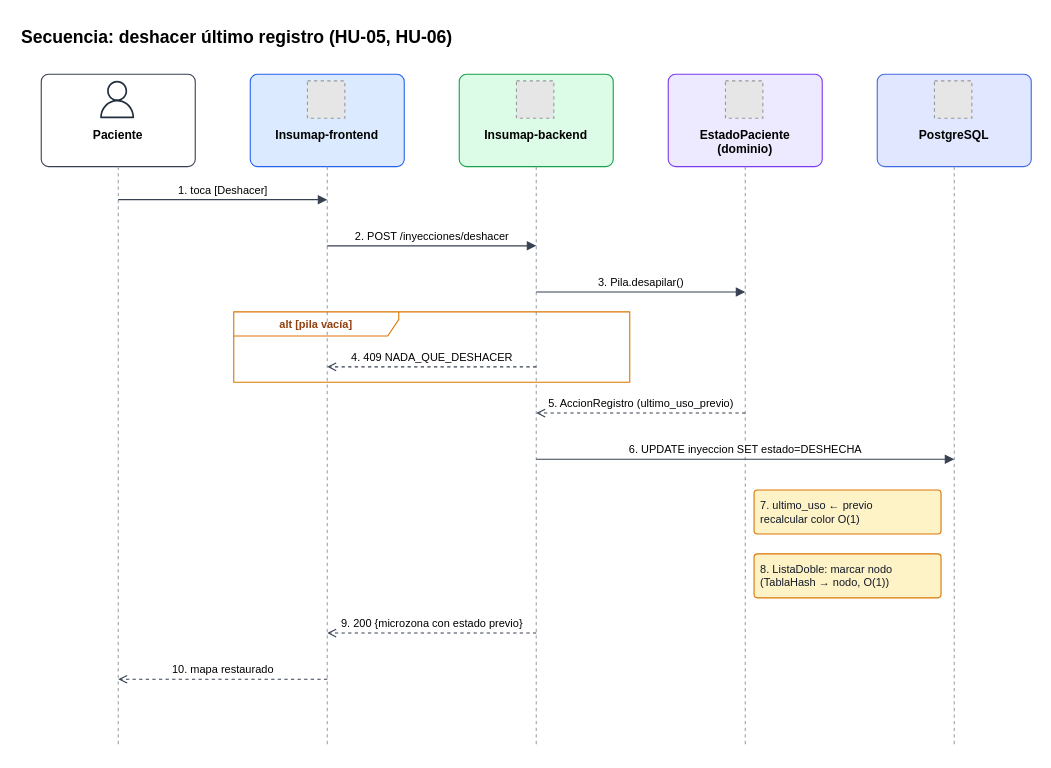
The draw.io diagram docs/images/seq-deshacer.drawio in NicoalsD/Insumap-backend, before the edit. Source tidied: cells renumbered, new cells numbered last; positions are measured from the earlier drawing's top-left corner, leaving out a move shared by most shapes. Both pictures are drawn from the tidied source at 110%, with x=0, y=0 at pixel (19, 19). Pictures stored in the file or linked from it are replaced by grey dashed boxes.
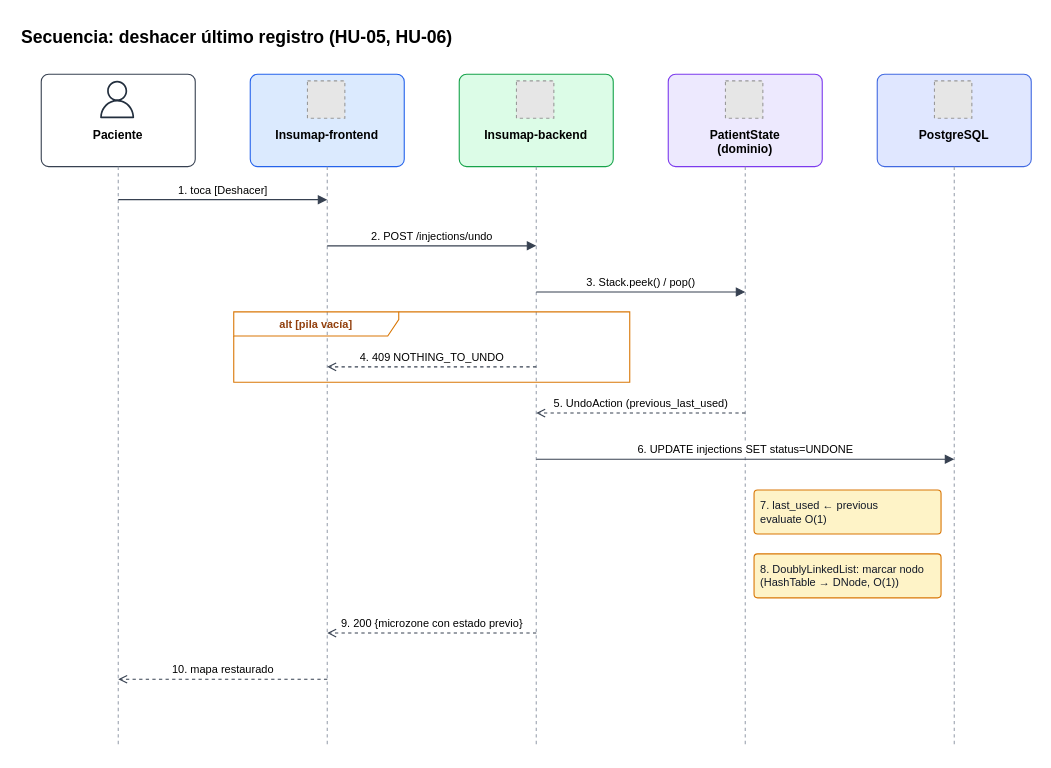
After the change.

The edit, as a diff of the source:
```diff
@@
-    <mxCell id="14" value="&lt;b&gt;EstadoPaciente&lt;br&gt;(dominio)&lt;/b&gt;" style="text;html=1;whiteSpace=wrap;fontFamily=Helvetica;fontSize=12;align=left;verticalAlign=top;align=center;fontSize=11;" parent="1" vertex="1">
+    <mxCell id="14" value="&lt;b&gt;PatientState&lt;br&gt;(dominio)&lt;/b&gt;" style="text;html=1;whiteSpace=wrap;fontFamily=Helvetica;fontSize=12;align=left;verticalAlign=top;align=center;fontSize=11;" parent="1" vertex="1">
       <mxGeometry x="590" y="92" width="140" height="38" as="geometry" />
     </mxCell>
@@
-    <mxCell id="25" value="2. POST /inyecciones/deshacer" style="html=1;endArrow=block;endFill=1;strokeColor=#374151;fontFamily=Helvetica;fontSize=10;labelBackgroundColor=#FFFFFF;verticalAlign=bottom;" parent="1" edge="1">
+    <mxCell id="25" value="2. POST /injections/undo" style="html=1;endArrow=block;endFill=1;strokeColor=#374151;fontFamily=Helvetica;fontSize=10;labelBackgroundColor=#FFFFFF;verticalAlign=bottom;" parent="1" edge="1">
       <mxGeometry relative="1" as="geometry">
         <mxPoint x="280" y="206" as="sourcePoint" />
         <mxPoint x="470" y="206" as="targetPoint" />
       </mxGeometry>
     </mxCell>
-    <mxCell id="26" value="3. Pila.desapilar()" style="html=1;endArrow=block;endFill=1;strokeColor=#374151;fontFamily=Helvetica;fontSize=10;labelBackgroundColor=#FFFFFF;verticalAlign=bottom;" parent="1" edge="1">
+    <mxCell id="26" value="3. Stack.peek() / pop()" style="html=1;endArrow=block;endFill=1;strokeColor=#374151;fontFamily=Helvetica;fontSize=10;labelBackgroundColor=#FFFFFF;verticalAlign=bottom;" parent="1" edge="1">
       <mxGeometry relative="1" as="geometry">
         <mxPoint x="470" y="248" as="sourcePoint" />
         <mxPoint x="660" y="248" as="targetPoint" />
       </mxGeometry>
     </mxCell>
-    <mxCell id="27" value="4. 409 NADA_QUE_DESHACER" style="html=1;endArrow=block;endFill=1;strokeColor=#374151;fontFamily=Helvetica;fontSize=10;labelBackgroundColor=#FFFFFF;verticalAlign=bottom;dashed=1;endFill=0;endArrow=open;" parent="1" edge="1">
+    <mxCell id="27" value="4. 409 NOTHING_TO_UNDO" style="html=1;endArrow=block;endFill=1;strokeColor=#374151;fontFamily=Helvetica;fontSize=10;labelBackgroundColor=#FFFFFF;verticalAlign=bottom;dashed=1;endFill=0;endArrow=open;" parent="1" edge="1">
       <mxGeometry relative="1" as="geometry">
         <mxPoint x="470" y="316" as="sourcePoint" />
         <mxPoint x="280" y="316" as="targetPoint" />
       </mxGeometry>
     </mxCell>
-    <mxCell id="28" value="5. AccionRegistro (ultimo_uso_previo)" style="html=1;endArrow=block;endFill=1;strokeColor=#374151;fontFamily=Helvetica;fontSize=10;labelBackgroundColor=#FFFFFF;verticalAlign=bottom;dashed=1;endFill=0;endArrow=open;" parent="1" edge="1">
+    <mxCell id="28" value="5. UndoAction (previous_last_used)" style="html=1;endArrow=block;endFill=1;strokeColor=#374151;fontFamily=Helvetica;fontSize=10;labelBackgroundColor=#FFFFFF;verticalAlign=bottom;dashed=1;endFill=0;endArrow=open;" parent="1" edge="1">
       <mxGeometry relative="1" as="geometry">
         <mxPoint x="660" y="358" as="sourcePoint" />
         <mxPoint x="470" y="358" as="targetPoint" />
       </mxGeometry>
     </mxCell>
-    <mxCell id="29" value="6. UPDATE inyeccion SET estado=DESHECHA" style="html=1;endArrow=block;endFill=1;strokeColor=#374151;fontFamily=Helvetica;fontSize=10;labelBackgroundColor=#FFFFFF;verticalAlign=bottom;" parent="1" edge="1">
+    <mxCell id="29" value="6. UPDATE injections SET status=UNDONE" style="html=1;endArrow=block;endFill=1;strokeColor=#374151;fontFamily=Helvetica;fontSize=10;labelBackgroundColor=#FFFFFF;verticalAlign=bottom;" parent="1" edge="1">
       <mxGeometry relative="1" as="geometry">
         <mxPoint x="470" y="400" as="sourcePoint" />
         <mxPoint x="850" y="400" as="targetPoint" />
       </mxGeometry>
     </mxCell>
-    <mxCell id="30" value="7. ultimo_uso ← previo&lt;br&gt;recalcular color O(1)" style="rounded=1;whiteSpace=wrap;html=1;arcSize=8;fillColor=#FEF3C7;strokeColor=#D97706;fontColor=#111827;fontFamily=Helvetica;fontSize=12;fontSize=10;align=left;spacingLeft=4;" parent="1" vertex="1">
+    <mxCell id="30" value="7. last_used ← previous&lt;br&gt;evaluate O(1)" style="rounded=1;whiteSpace=wrap;html=1;arcSize=8;fillColor=#FEF3C7;strokeColor=#D97706;fontColor=#111827;fontFamily=Helvetica;fontSize=12;fontSize=10;align=left;spacingLeft=4;" parent="1" vertex="1">
       <mxGeometry x="668" y="428" width="170" height="40" as="geometry" />
     </mxCell>
-    <mxCell id="31" value="8. ListaDoble: marcar nodo&lt;br&gt;(TablaHash → nodo, O(1))" style="rounded=1;whiteSpace=wrap;html=1;arcSize=8;fillColor=#FEF3C7;strokeColor=#D97706;fontColor=#111827;fontFamily=Helvetica;fontSize=12;fontSize=10;align=left;spacingLeft=4;" parent="1" vertex="1">
+    <mxCell id="31" value="8. DoublyLinkedList: marcar nodo&lt;br&gt;(HashTable → DNode, O(1))" style="rounded=1;whiteSpace=wrap;html=1;arcSize=8;fillColor=#FEF3C7;strokeColor=#D97706;fontColor=#111827;fontFamily=Helvetica;fontSize=12;fontSize=10;align=left;spacingLeft=4;" parent="1" vertex="1">
       <mxGeometry x="668" y="486" width="170" height="40" as="geometry" />
     </mxCell>
-    <mxCell id="32" value="9. 200 {microzona con estado previo}" style="html=1;endArrow=block;endFill=1;strokeColor=#374151;fontFamily=Helvetica;fontSize=10;labelBackgroundColor=#FFFFFF;verticalAlign=bottom;dashed=1;endFill=0;endArrow=open;" parent="1" edge="1">
+    <mxCell id="32" value="9. 200 {microzone con estado previo}" style="html=1;endArrow=block;endFill=1;strokeColor=#374151;fontFamily=Helvetica;fontSize=10;labelBackgroundColor=#FFFFFF;verticalAlign=bottom;dashed=1;endFill=0;endArrow=open;" parent="1" edge="1">
       <mxGeometry relative="1" as="geometry">
         <mxPoint x="470" y="558" as="sourcePoint" />
         <mxPoint x="280" y="558" as="targetPoint" />
       </mxGeometry>
     </mxCell>
```
